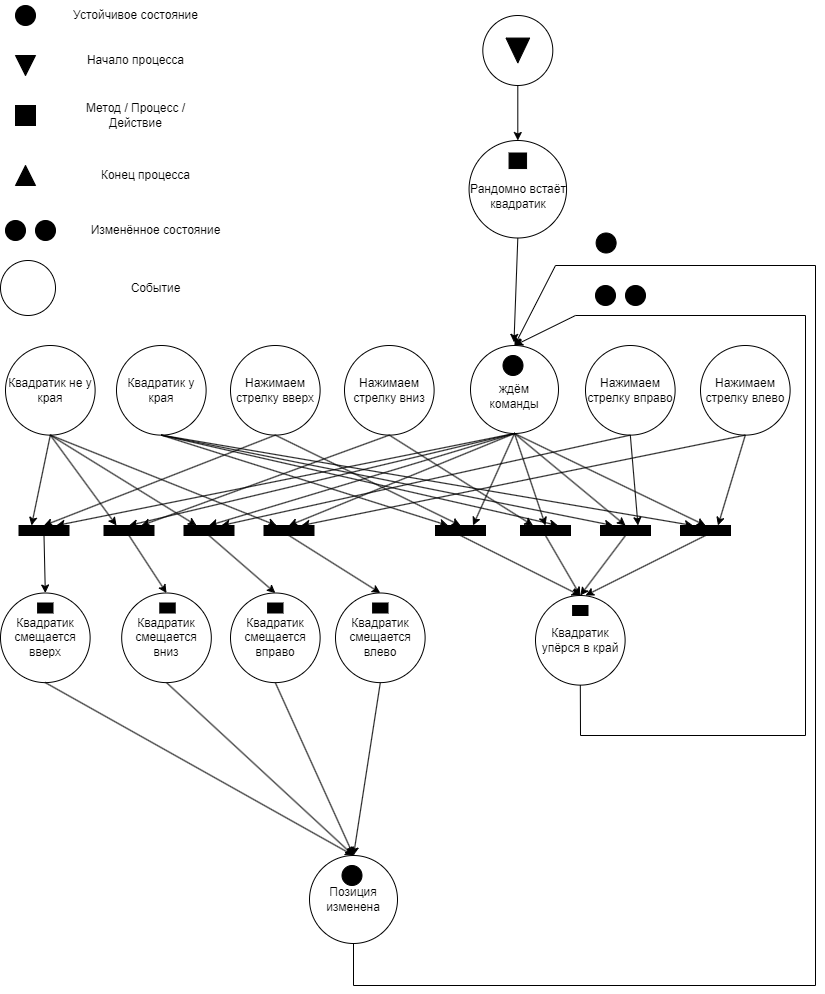
Above: схема-3 задание.drawio.png in Tarxyn/web-prog (draw.io), before the change. Source tidied: cells renumbered, new cells last; positions are measured from the earlier drawing's top-left corner, leaving out a move shared by most shapes.
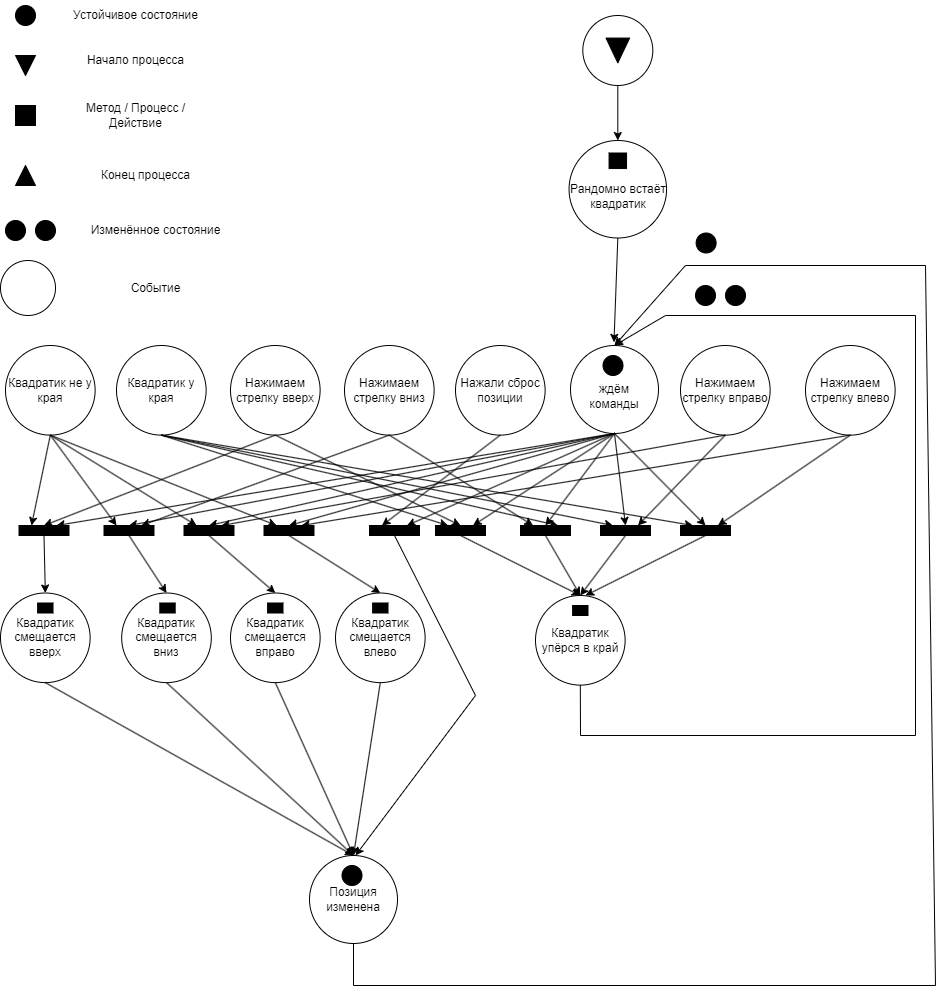
After the commit.

What changed in the source:
```diff
@@ -11,7 +11,7 @@
     <mxCell id="4" style="ellipse;whiteSpace=wrap;html=1;fillColor=#000000;" parent="2" vertex="1">
       <mxGeometry x="30" width="20" height="20" as="geometry" />
     </mxCell>
-    <mxCell id="5" style="edgeStyle=orthogonalEdgeStyle;rounded=0;jettySize=auto;html=1;entryX=0;entryY=0;entryDx=0;entryDy=0;" parent="1" edge="1" source="x">
+    <mxCell id="5" style="edgeStyle=orthogonalEdgeStyle;rounded=0;orthogonalLoop=1;jettySize=auto;html=1;entryX=0;entryY=0;entryDx=0;entryDy=0;" parent="1" edge="1">
       <mxGeometry relative="1" as="geometry">
         <mxPoint x="563.5" y="125" as="targetPoint" />
         <Array as="points">
@@ -57,7 +57,7 @@
       <mxGeometry x="15" y="165" width="20" height="20" as="geometry" />
     </mxCell>
     <mxCell id="18" style="group;" parent="1" vertex="1">
-      <mxGeometry x="477.7" y="15" width="74.6" height="70" as="geometry" />
+      <mxGeometry x="577.7" y="15" width="74.6" height="70" as="geometry" />
     </mxCell>
     <mxCell id="19" style="ellipse;whiteSpace=wrap;html=1;" parent="18" vertex="1">
       <mxGeometry x="4.6" width="70" height="70" as="geometry" />
@@ -66,7 +66,7 @@
       <mxGeometry x="27.2" y="23.2" width="24.9" height="23.6" as="geometry" />
     </mxCell>
     <mxCell id="21" style="group;" parent="1" vertex="1">
-      <mxGeometry x="470" y="145" width="97.5" height="87.5" as="geometry" />
+      <mxGeometry x="570" y="145" width="97.5" height="87.5" as="geometry" />
     </mxCell>
     <mxCell id="22" value="&lt;br&gt;Рандомно встаёт квадратик" style="ellipse;whiteSpace=wrap;html=1;" parent="21" vertex="1">
       <mxGeometry x="-1.4" y="-5" width="97.5" height="97.5" as="geometry" />
@@ -75,7 +75,7 @@
       <mxGeometry x="38.6" y="7.5" width="17.5" height="15.6" as="geometry" />
     </mxCell>
     <mxCell id="24" style="group;" parent="1" vertex="1">
-      <mxGeometry x="470" y="345" width="100" height="90" as="geometry" />
+      <mxGeometry x="570" y="345" width="100" height="90" as="geometry" />
     </mxCell>
     <mxCell id="25" value="&lt;div&gt;&lt;br&gt;&lt;/div&gt;ждём &lt;br&gt;команды" style="ellipse;whiteSpace=wrap;html=1;" parent="24" vertex="1">
       <mxGeometry width="88" height="88" as="geometry" />
@@ -96,13 +96,13 @@
       <mxGeometry width="89.6" height="89.6" as="geometry" />
     </mxCell>
     <mxCell id="31" style="group;" parent="1" vertex="1">
-      <mxGeometry x="585" y="345" width="100" height="102.5" as="geometry" />
+      <mxGeometry x="680" y="345" width="100" height="102.5" as="geometry" />
     </mxCell>
     <mxCell id="32" value="Нажимаем стрелку вправо" style="ellipse;whiteSpace=wrap;html=1;" parent="31" vertex="1">
       <mxGeometry width="89.6" height="89.6" as="geometry" />
     </mxCell>
     <mxCell id="33" style="group;" parent="1" vertex="1">
-      <mxGeometry x="700" y="345" width="100" height="102.5" as="geometry" />
+      <mxGeometry x="805" y="345" width="100" height="102.5" as="geometry" />
     </mxCell>
     <mxCell id="34" value="Нажимаем стрелку влево" style="ellipse;whiteSpace=wrap;html=1;" parent="33" vertex="1">
       <mxGeometry width="89.6" height="89.6" as="geometry" />
@@ -219,7 +219,7 @@
       <mxGeometry x="32.5" y="10" width="20" height="20" as="geometry" />
     </mxCell>
     <mxCell id="72" style="group;" parent="1" vertex="1">
-      <mxGeometry x="595.6" y="232.5" width="50" height="20" as="geometry" />
+      <mxGeometry x="695.6" y="232.5" width="50" height="20" as="geometry" />
     </mxCell>
     <mxCell id="73" style="ellipse;whiteSpace=wrap;html=1;fillColor=#000000;" parent="72" vertex="1">
       <mxGeometry width="20" height="20" as="geometry" />
@@ -228,9 +228,9 @@
       <mxGeometry relative="1" as="geometry">
         <Array as="points">
           <mxPoint x="353" y="985" />
-          <mxPoint x="815" y="985" />
-          <mxPoint x="815" y="265" />
-          <mxPoint x="555" y="265" />
+          <mxPoint x="935" y="985" />
+          <mxPoint x="925" y="265" />
+          <mxPoint x="685" y="265" />
         </Array>
       </mxGeometry>
     </mxCell>
@@ -319,14 +319,14 @@
       <mxGeometry relative="1" as="geometry">
         <Array as="points">
           <mxPoint x="580" y="735" />
-          <mxPoint x="805" y="735" />
-          <mxPoint x="805" y="315" />
-          <mxPoint x="575" y="315" />
+          <mxPoint x="915" y="735" />
+          <mxPoint x="915" y="315" />
+          <mxPoint x="665" y="315" />
         </Array>
       </mxGeometry>
     </mxCell>
     <mxCell id="103" style="group;" parent="1" vertex="1">
-      <mxGeometry x="595" y="285" width="50" height="20" as="geometry" />
+      <mxGeometry x="695" y="285" width="50" height="20" as="geometry" />
     </mxCell>
     <mxCell id="104" style="ellipse;whiteSpace=wrap;html=1;fillColor=#000000;" parent="103" vertex="1">
       <mxGeometry width="20" height="20" as="geometry" />
@@ -337,5 +337,28 @@
     <mxCell id="106" style="rounded=0;jettySize=auto;html=1;exitX=0.5;exitY=1;exitDx=0;exitDy=0;entryX=0.5;entryY=0;entryDx=0;entryDy=0;" parent="1" edge="1" source="36" target="70">
       <mxGeometry relative="1" as="geometry" />
     </mxCell>
+    <mxCell id="107" style="group;" parent="1" vertex="1">
+      <mxGeometry x="455" y="345" width="100" height="102.5" as="geometry" />
+    </mxCell>
+    <mxCell id="108" value="Нажали сброс&lt;br&gt;позиции" style="ellipse;whiteSpace=wrap;html=1;" parent="107" vertex="1">
+      <mxGeometry width="89.6" height="89.6" as="geometry" />
+    </mxCell>
+    <mxCell id="109" style="rounded=0;jettySize=auto;html=1;exitX=0.5;exitY=1;exitDx=0;exitDy=0;" parent="1" edge="1" source="110">
+      <mxGeometry relative="1" as="geometry">
+        <mxPoint x="355" y="855" as="targetPoint" />
+        <Array as="points">
+          <mxPoint x="475" y="695" />
+        </Array>
+      </mxGeometry>
+    </mxCell>
+    <mxCell id="110" style="rounded=0;whiteSpace=wrap;html=1;fillColor=#000000;" parent="1" vertex="1">
+      <mxGeometry x="369" y="525" width="50" height="10" as="geometry" />
+    </mxCell>
+    <mxCell id="111" style="rounded=0;jettySize=auto;html=1;exitX=0.5;exitY=1;exitDx=0;exitDy=0;entryX=0.25;entryY=0;entryDx=0;entryDy=0;" parent="1" edge="1" source="108" target="110">
+      <mxGeometry relative="1" as="geometry" />
+    </mxCell>
+    <mxCell id="112" style="rounded=0;jettySize=auto;html=1;exitX=0.5;exitY=1;exitDx=0;exitDy=0;entryX=0.75;entryY=0;entryDx=0;entryDy=0;" parent="1" edge="1" source="25" target="110">
+      <mxGeometry relative="1" as="geometry" />
+    </mxCell>
   </root>
 </mxGraphModel>
```
